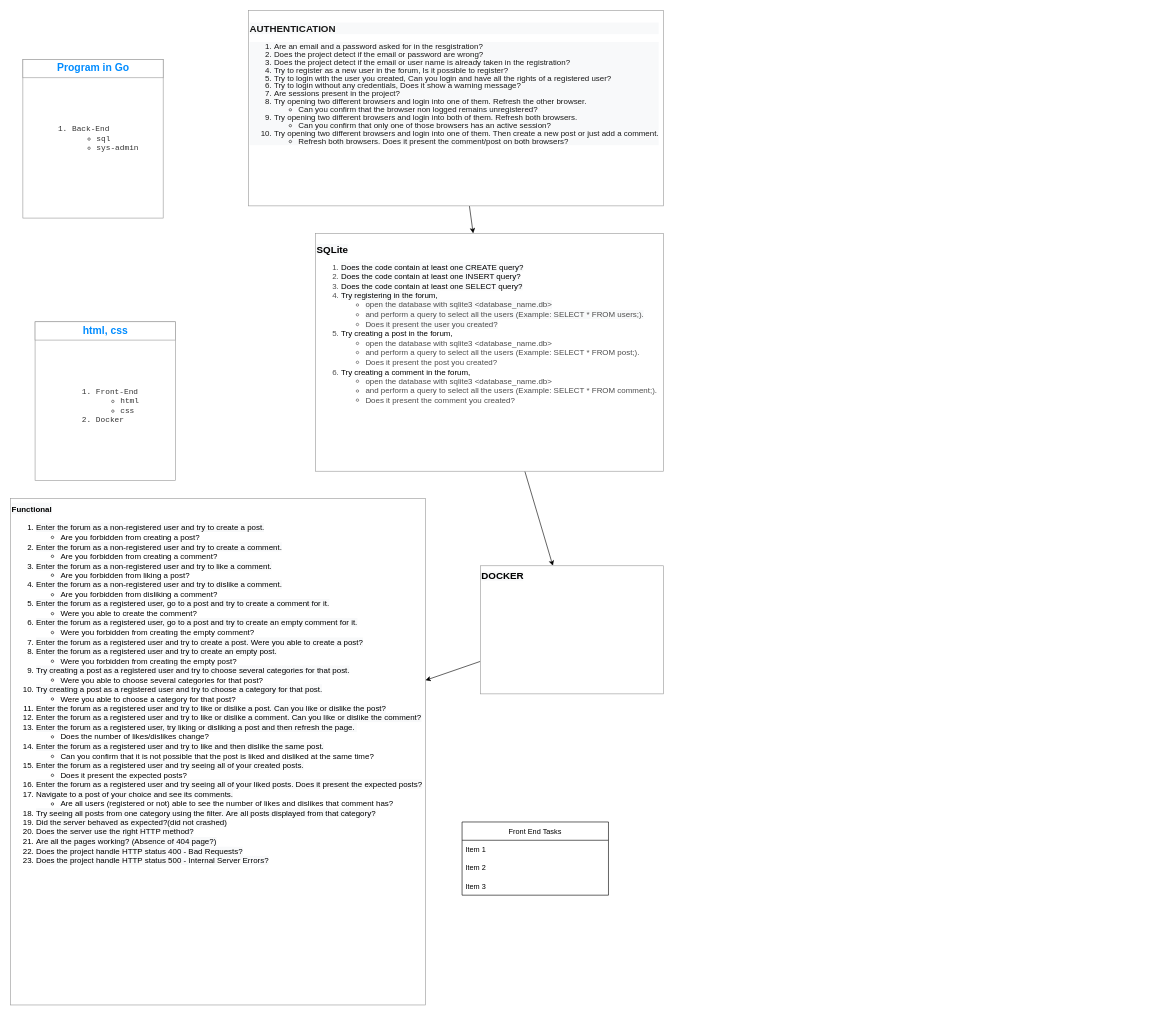
The draw.io diagram UML.drawio in HannahEA/forum, before the edit. Source tidied: cells renumbered, new cells numbered last; positions are measured from the earlier drawing's top-left corner, leaving out a move shared by most shapes. Both pictures are drawn from the tidied source at 61%, with x=0, y=0 at pixel (10, 10).
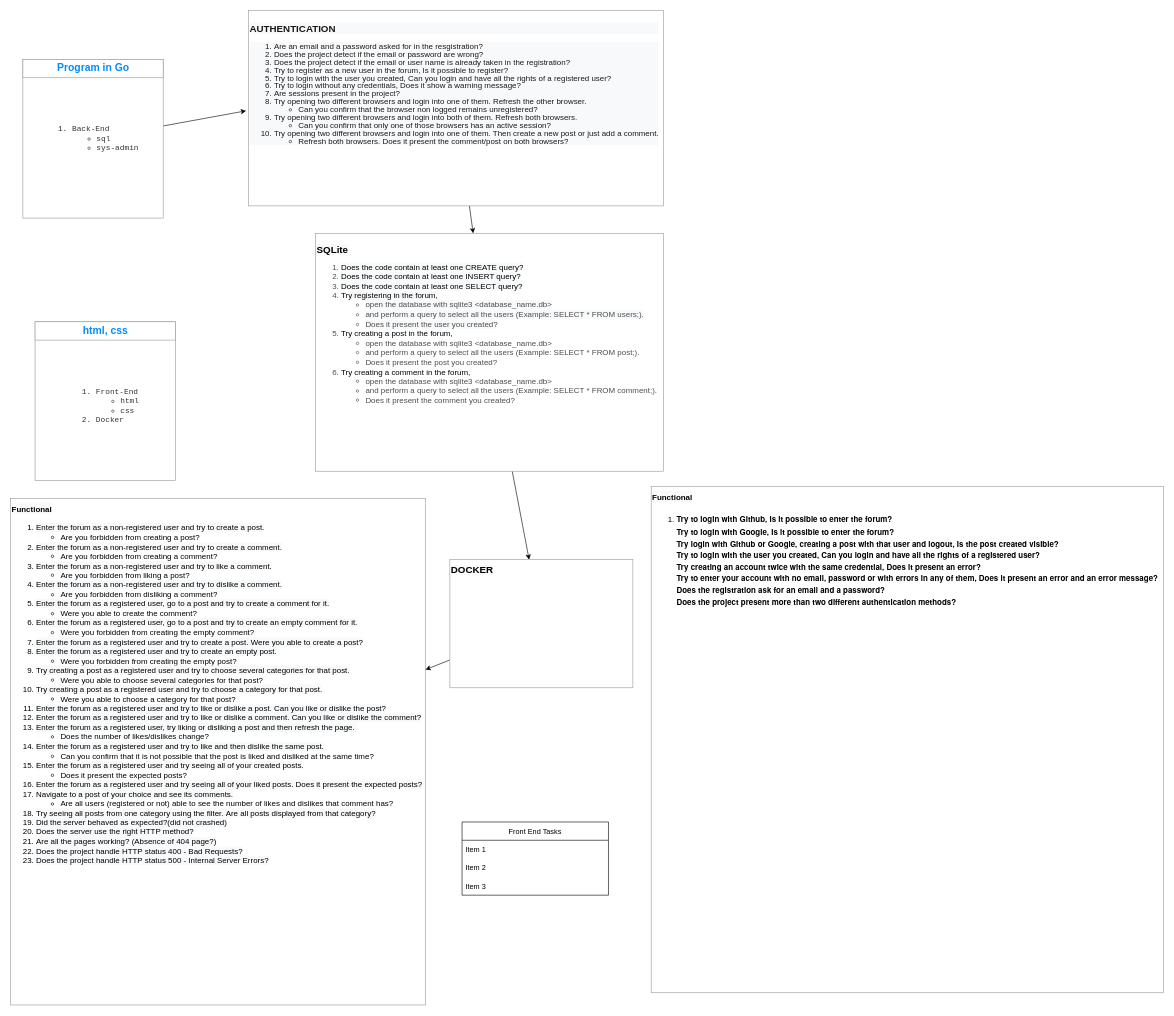
Above is the later version.

Change to the diagram source:
```diff
@@
 <mxGraphModel>
   <root>
     <mxCell id="0" />
     <mxCell id="1" parent="0" />
     <mxCell id="2" value="Front End Tasks" style="swimlane;fontStyle=0;horizontal=1;startSize=30;" parent="1" vertex="1">
       <mxGeometry x="740" y="1330" width="240" height="120" as="geometry" />
     </mxCell>
     <mxCell id="3" value="Item 1" style="text;strokeColor=none;fillColor=none;align=left;verticalAlign=middle;spacingLeft=4;spacingRight=4;overflow=hidden;" parent="2" vertex="1">
       <mxGeometry y="30" width="240" height="30" as="geometry" />
     </mxCell>
     <mxCell id="4" value="Item 2" style="text;strokeColor=none;fillColor=none;align=left;verticalAlign=middle;spacingLeft=4;spacingRight=4;overflow=hidden;" parent="2" vertex="1">
       <mxGeometry y="60" width="240" height="30" as="geometry" />
     </mxCell>
     <mxCell id="5" value="Item 3" style="text;strokeColor=none;fillColor=none;align=left;verticalAlign=middle;spacingLeft=4;spacingRight=4;overflow=hidden;" parent="2" vertex="1">
       <mxGeometry y="90" width="240" height="30" as="geometry" />
     </mxCell>
     <mxCell id="6" style="edgeStyle=none;html=1;fontSize=13;fontColor=#4D4D4D;" parent="1" edge="1" source="7" target="9">
       <mxGeometry relative="1" as="geometry" />
     </mxCell>
     <mxCell id="7" value="&lt;p style=&quot;line-height: 0.8 ; font-size: 13px&quot;&gt;&lt;/p&gt;&lt;div style=&quot;color: rgb(0 , 0 , 0) ; font-family: &amp;#34;helvetica&amp;#34; ; font-style: normal ; letter-spacing: normal ; text-indent: 0px ; text-transform: none ; word-spacing: 0px ; background-color: rgb(248 , 249 , 250)&quot;&gt;&lt;b&gt;&lt;font style=&quot;font-size: 16px&quot;&gt;AUTHENTICATION&lt;/font&gt;&lt;/b&gt;&lt;br style=&quot;font-size: 13px&quot;&gt;&lt;/div&gt;&lt;div style=&quot;color: rgb(0 , 0 , 0) ; font-family: &amp;#34;helvetica&amp;#34; ; font-style: normal ; font-weight: 400 ; letter-spacing: normal ; text-indent: 0px ; text-transform: none ; word-spacing: 0px ; background-color: rgb(248 , 249 , 250) ; font-size: 13px ; line-height: 1&quot;&gt;&lt;ol style=&quot;font-size: 13px&quot;&gt;&lt;li style=&quot;font-size: 13px&quot;&gt;&lt;div style=&quot;font-family: &amp;#34;helvetica&amp;#34; ; display: inline ; font-size: 13px&quot;&gt;Are an email and a password asked for in the resgistration?&lt;/div&gt;&lt;/li&gt;&lt;li style=&quot;font-size: 13px&quot;&gt;Does the project detect if the email or password are wrong?&lt;/li&gt;&lt;li style=&quot;font-size: 13px&quot;&gt;Does the project detect if the email or user name is already taken in the registration?&lt;/li&gt;&lt;li style=&quot;font-size: 13px&quot;&gt;Try to register as a new user in the forum,&amp;nbsp;Is it possible to register?&lt;/li&gt;&lt;li style=&quot;font-size: 13px&quot;&gt;Try to login with the user you created,&amp;nbsp;Can you login and have all the rights of a registered user?&lt;/li&gt;&lt;li style=&quot;font-size: 13px&quot;&gt;Try to login without any credentials,&amp;nbsp;Does it show a warning message?&lt;/li&gt;&lt;li style=&quot;font-size: 13px&quot;&gt;Are sessions present in the project?&lt;/li&gt;&lt;li style=&quot;font-size: 13px&quot;&gt;Try opening two different browsers and login into one of them. Refresh the other browser.&amp;nbsp;&lt;/li&gt;&lt;ul&gt;&lt;li&gt;Can you confirm that the browser non logged remains unregistered?&lt;/li&gt;&lt;/ul&gt;&lt;li style=&quot;font-size: 13px&quot;&gt;Try opening two different browsers and login into both of them. Refresh both browsers.&amp;nbsp;&lt;/li&gt;&lt;ul&gt;&lt;li&gt;Can you confirm that only one of those browsers has an active session?&lt;/li&gt;&lt;/ul&gt;&lt;li style=&quot;font-size: 13px&quot;&gt;Try opening two different browsers and login into one of them. Then create a new post or just add a comment.&lt;/li&gt;&lt;ul&gt;&lt;li&gt;Refresh both browsers.&amp;nbsp;Does it present the comment/post on both browsers?&lt;/li&gt;&lt;/ul&gt;&lt;/ol&gt;&lt;/div&gt;&lt;p style=&quot;font-size: 13px&quot;&gt;&lt;/p&gt;" style="strokeWidth=1;shadow=0;dashed=0;align=left;html=1;shape=mxgraph.mockup.forms.rrect;rSize=0;strokeColor=#999999;fillColor=#ffffff;rounded=0;labelBackgroundColor=#ffffff;verticalAlign=top;textOpacity=90;fontSize=13;" parent="1" vertex="1">
       <mxGeometry x="390" width="680" height="320" as="geometry" />
     </mxCell>
     <mxCell id="8" style="edgeStyle=none;html=1;fontSize=13;fontColor=#4D4D4D;" parent="1" edge="1" source="9" target="12">
       <mxGeometry relative="1" as="geometry" />
     </mxCell>
     <mxCell id="9" value="&lt;p style=&quot;line-height: 1 ; font-size: 12px&quot;&gt;&lt;span style=&quot;font-size: 16px ; color: rgb(0 , 0 , 0) ; background-color: rgb(248 , 249 , 250)&quot;&gt;&lt;b&gt;SQLite&lt;/b&gt;&lt;/span&gt;&lt;br&gt;&lt;/p&gt;&lt;p style=&quot;line-height: 1.3 ; font-size: 12px&quot;&gt;&lt;/p&gt;&lt;ol&gt;&lt;li&gt;&lt;span style=&quot;background-color: rgb(248 , 249 , 250)&quot;&gt;&lt;font color=&quot;#000000&quot; style=&quot;font-size: 13px&quot;&gt;Does the code contain at least one CREATE query?&lt;/font&gt;&lt;/span&gt;&lt;/li&gt;&lt;li&gt;&lt;span style=&quot;background-color: rgb(248 , 249 , 250)&quot;&gt;&lt;font color=&quot;#000000&quot; style=&quot;font-size: 13px&quot;&gt;Does the code contain at least one INSERT query?&lt;br style=&quot;padding: 0px ; margin: 0px&quot;&gt;&lt;/font&gt;&lt;/span&gt;&lt;/li&gt;&lt;li&gt;&lt;span style=&quot;background-color: rgb(248 , 249 , 250)&quot;&gt;&lt;font color=&quot;#000000&quot; style=&quot;font-size: 13px&quot;&gt;Does the code contain at least one SELECT query?&lt;br style=&quot;padding: 0px ; margin: 0px&quot;&gt;&lt;/font&gt;&lt;/span&gt;&lt;/li&gt;&lt;li&gt;&lt;span style=&quot;background-color: rgb(248 , 249 , 250)&quot;&gt;&lt;font color=&quot;#000000&quot; style=&quot;font-size: 13px&quot;&gt;Try registering in the forum,&amp;nbsp;&lt;/font&gt;&lt;/span&gt;&lt;/li&gt;&lt;ul&gt;&lt;li&gt;&lt;span style=&quot;background-color: rgb(248 , 249 , 250)&quot;&gt;open the database with sqlite3 &amp;lt;database_name.db&amp;gt;&lt;/span&gt;&lt;/li&gt;&lt;li&gt;&lt;span style=&quot;background-color: rgb(248 , 249 , 250)&quot;&gt;and perform a query to select all the users (Example: SELECT * FROM users;).&lt;/span&gt;&lt;/li&gt;&lt;li&gt;&lt;span style=&quot;background-color: rgb(248 , 249 , 250)&quot;&gt;Does it present the user you created?&lt;/span&gt;&lt;/li&gt;&lt;/ul&gt;&lt;li&gt;&lt;font color=&quot;#000000&quot; style=&quot;font-size: 13px&quot;&gt;Try creating a post in the forum,&amp;nbsp;&lt;/font&gt;&lt;/li&gt;&lt;ul&gt;&lt;li&gt;open the database with sqlite3 &amp;lt;database_name.db&amp;gt;&amp;nbsp;&lt;/li&gt;&lt;li&gt;and perform a query to select all the users (Example: SELECT * FROM post;).&lt;/li&gt;&lt;li&gt;Does it present the post you created?&lt;/li&gt;&lt;/ul&gt;&lt;li&gt;&lt;font color=&quot;#000000&quot; style=&quot;font-size: 13px&quot;&gt;Try creating a comment in the forum,&amp;nbsp;&lt;/font&gt;&lt;/li&gt;&lt;ul&gt;&lt;li&gt;open the database with sqlite3 &amp;lt;database_name.db&amp;gt;&amp;nbsp;&lt;/li&gt;&lt;li&gt;and perform a query to select all the users (Example: SELECT * FROM comment;).&amp;nbsp;&lt;/li&gt;&lt;li&gt;Does it present the comment you created?&lt;/li&gt;&lt;/ul&gt;&lt;/ol&gt;&lt;p&gt;&lt;/p&gt;&lt;p&gt;&lt;/p&gt;" style="strokeWidth=1;shadow=0;dashed=0;align=left;html=1;shape=mxgraph.mockup.forms.rrect;rSize=0;strokeColor=#999999;fillColor=#ffffff;rounded=0;labelBackgroundColor=#ffffff;fontSize=13;fontColor=#4D4D4D;verticalAlign=top;" parent="1" vertex="1">
       <mxGeometry x="500" y="365" width="570" height="390" as="geometry" />
     </mxCell>
     <mxCell id="10" value="&lt;span style=&quot;color: rgb(0 , 0 , 0) ; background-color: rgb(248 , 249 , 250)&quot;&gt;&lt;font style=&quot;font-size: 13px&quot;&gt;&lt;b&gt;Functional&lt;/b&gt;&lt;br&gt;&lt;ol&gt;&lt;li&gt;&lt;span style=&quot;color: rgb(0 , 0 , 0) ; background-color: rgb(248 , 249 , 250)&quot;&gt;Enter the forum as a non-registered user and try to create a post.&lt;/span&gt;&lt;/li&gt;&lt;ul&gt;&lt;li&gt;Are you forbidden from creating a post?&lt;/li&gt;&lt;/ul&gt;&lt;li&gt;&lt;span style=&quot;color: rgb(0 , 0 , 0) ; background-color: rgb(248 , 249 , 250)&quot;&gt;Enter the forum as a non-registered user and try to create a comment.&lt;/span&gt;&lt;/li&gt;&lt;ul&gt;&lt;li&gt;Are you forbidden from creating a comment?&lt;/li&gt;&lt;/ul&gt;&lt;li&gt;&lt;span style=&quot;color: rgb(0 , 0 , 0) ; background-color: rgb(248 , 249 , 250)&quot;&gt;Enter the forum as a non-registered user and try to like a comment.&lt;/span&gt;&lt;/li&gt;&lt;ul&gt;&lt;li&gt;Are you forbidden from liking a post?&lt;/li&gt;&lt;/ul&gt;&lt;li&gt;&lt;span style=&quot;color: rgb(0 , 0 , 0) ; background-color: rgb(248 , 249 , 250)&quot;&gt;Enter the forum as a non-registered user and try to dislike a comment.&lt;/span&gt;&lt;/li&gt;&lt;ul&gt;&lt;li&gt;Are you forbidden from disliking a comment?&lt;/li&gt;&lt;/ul&gt;&lt;li&gt;&lt;span style=&quot;color: rgb(0 , 0 , 0) ; background-color: rgb(248 , 249 , 250)&quot;&gt;Enter the forum as a registered user, go to a post and try to create a comment for it.&lt;/span&gt;&lt;/li&gt;&lt;ul&gt;&lt;li&gt;Were you able to create the comment?&lt;/li&gt;&lt;/ul&gt;&lt;li&gt;&lt;span style=&quot;color: rgb(0 , 0 , 0) ; background-color: rgb(248 , 249 , 250)&quot;&gt;Enter the forum as a registered user, go to a post and try to create an empty comment for it.&lt;/span&gt;&lt;/li&gt;&lt;ul&gt;&lt;li&gt;Were you forbidden from creating the empty comment?&lt;/li&gt;&lt;/ul&gt;&lt;li&gt;&lt;span style=&quot;color: rgb(0 , 0 , 0) ; background-color: rgb(248 , 249 , 250)&quot;&gt;Enter the forum as a registered user and try to create a post.&amp;nbsp;&lt;/span&gt;&lt;span style=&quot;color: rgb(0 , 0 , 0) ; background-color: rgb(248 , 249 , 250)&quot;&gt;Were you able to create a post?&lt;/span&gt;&lt;/li&gt;&lt;li&gt;&lt;span style=&quot;color: rgb(0 , 0 , 0) ; background-color: rgb(248 , 249 , 250)&quot;&gt;Enter the forum as a registered user and try to create an empty post.&lt;/span&gt;&lt;/li&gt;&lt;ul&gt;&lt;li&gt;Were you forbidden from creating the empty post?&lt;/li&gt;&lt;/ul&gt;&lt;li&gt;&lt;span style=&quot;color: rgb(0 , 0 , 0) ; background-color: rgb(248 , 249 , 250)&quot;&gt;Try creating a post as a registered user and try to choose several categories for that post.&lt;/span&gt;&lt;/li&gt;&lt;ul&gt;&lt;li&gt;Were you able to choose several categories for that post?&lt;/li&gt;&lt;/ul&gt;&lt;li&gt;&lt;span style=&quot;color: rgb(0 , 0 , 0) ; background-color: rgb(248 , 249 , 250)&quot;&gt;Try creating a post as a registered user and try to choose a category for that post.&lt;/span&gt;&lt;/li&gt;&lt;ul&gt;&lt;li&gt;Were you able to choose a category for that post?&lt;/li&gt;&lt;/ul&gt;&lt;li&gt;&lt;span style=&quot;color: rgb(0 , 0 , 0) ; background-color: rgb(248 , 249 , 250)&quot;&gt;Enter the forum as a registered user and try to like or dislike a post.&amp;nbsp;&lt;/span&gt;&lt;span style=&quot;color: rgb(0 , 0 , 0) ; background-color: rgb(248 , 249 , 250)&quot;&gt;Can you like or dislike the post?&lt;/span&gt;&lt;/li&gt;&lt;li&gt;&lt;span style=&quot;color: rgb(0 , 0 , 0) ; background-color: rgb(248 , 249 , 250)&quot;&gt;Enter the forum as a registered user and try to like or dislike a comment.&amp;nbsp;&lt;/span&gt;&lt;span style=&quot;color: rgb(0 , 0 , 0) ; background-color: rgb(248 , 249 , 250)&quot;&gt;Can you like or dislike the comment?&lt;/span&gt;&lt;/li&gt;&lt;li&gt;&lt;span style=&quot;color: rgb(0 , 0 , 0) ; background-color: rgb(248 , 249 , 250)&quot;&gt;Enter the forum as a registered user, try liking or disliking a post and then refresh the page.&amp;nbsp;&lt;/span&gt;&lt;/li&gt;&lt;ul&gt;&lt;li&gt;Does the number of likes/dislikes change?&lt;/li&gt;&lt;/ul&gt;&lt;li&gt;&lt;span style=&quot;color: rgb(0 , 0 , 0) ; background-color: rgb(248 , 249 , 250)&quot;&gt;Enter the forum as a registered user and try to like and then dislike the same post.&lt;/span&gt;&lt;/li&gt;&lt;ul&gt;&lt;li&gt;Can you confirm that it is not possible that the post is liked and disliked at the same time?&lt;/li&gt;&lt;/ul&gt;&lt;li&gt;&lt;span style=&quot;color: rgb(0 , 0 , 0) ; background-color: rgb(248 , 249 , 250)&quot;&gt;Enter the forum as a registered user and try seeing all of your created posts.&lt;/span&gt;&lt;/li&gt;&lt;ul&gt;&lt;li&gt;Does it present the expected posts?&lt;/li&gt;&lt;/ul&gt;&lt;li&gt;&lt;span style=&quot;color: rgb(0 , 0 , 0) ; background-color: rgb(248 , 249 , 250)&quot;&gt;Enter the forum as a registered user and try seeing all of your liked posts.&amp;nbsp;&lt;/span&gt;&lt;span style=&quot;color: rgb(0 , 0 , 0) ; background-color: rgb(248 , 249 , 250)&quot;&gt;Does it present the expected posts?&lt;/span&gt;&lt;/li&gt;&lt;li&gt;&lt;span style=&quot;color: rgb(0 , 0 , 0) ; background-color: rgb(248 , 249 , 250)&quot;&gt;Navigate to a post of your choice and see its comments.&lt;/span&gt;&lt;/li&gt;&lt;ul&gt;&lt;li&gt;Are all users (registered or not) able to see the number of likes and dislikes that comment has?&lt;/li&gt;&lt;/ul&gt;&lt;li&gt;&lt;span style=&quot;color: rgb(0 , 0 , 0) ; background-color: rgb(248 , 249 , 250)&quot;&gt;Try seeing all posts from one category using the filter.&amp;nbsp;&lt;/span&gt;&lt;span style=&quot;color: rgb(0 , 0 , 0) ; background-color: rgb(248 , 249 , 250)&quot;&gt;Are all posts displayed from that category?&lt;/span&gt;&lt;/li&gt;&lt;li&gt;&lt;span style=&quot;color: rgb(0 , 0 , 0) ; background-color: rgb(248 , 249 , 250)&quot;&gt;Did the server behaved as expected?(did not crashed)&lt;/span&gt;&lt;/li&gt;&lt;li&gt;&lt;span style=&quot;color: rgb(0 , 0 , 0) ; background-color: rgb(248 , 249 , 250)&quot;&gt;Does the server use the right HTTP method?&lt;/span&gt;&lt;/li&gt;&lt;li&gt;&lt;span style=&quot;color: rgb(0 , 0 , 0) ; background-color: rgb(248 , 249 , 250)&quot;&gt;Are all the pages working? (Absence of 404 page?)&lt;/span&gt;&lt;/li&gt;&lt;li&gt;&lt;span style=&quot;color: rgb(0 , 0 , 0) ; background-color: rgb(248 , 249 , 250)&quot;&gt;Does the project handle HTTP status 400 - Bad Requests?&lt;/span&gt;&lt;/li&gt;&lt;li&gt;&lt;span style=&quot;color: rgb(0 , 0 , 0) ; background-color: rgb(248 , 249 , 250)&quot;&gt;Does the project handle HTTP status 500 - Internal Server Errors?&lt;/span&gt;&lt;/li&gt;&lt;/ol&gt;&lt;/font&gt;&lt;/span&gt;" style="strokeWidth=1;shadow=0;dashed=0;align=left;html=1;shape=mxgraph.mockup.forms.rrect;rSize=0;strokeColor=#999999;fillColor=#ffffff;rounded=0;labelBackgroundColor=#ffffff;fontSize=17;fontColor=#4D4D4D;verticalAlign=top;" parent="1" vertex="1">
       <mxGeometry y="800" width="680" height="830" as="geometry" />
     </mxCell>
     <mxCell id="11" style="edgeStyle=none;html=1;fontSize=13;fontColor=#4D4D4D;" parent="1" edge="1" source="12" target="10">
       <mxGeometry relative="1" as="geometry" />
     </mxCell>
     <mxCell id="12" value="&lt;span style=&quot;color: rgb(0 , 0 , 0) ; font-family: &amp;#34;helvetica&amp;#34; ; background-color: rgb(248 , 249 , 250)&quot;&gt;&lt;b&gt;&lt;font style=&quot;font-size: 16px&quot;&gt;DOCKER&lt;/font&gt;&lt;/b&gt;&lt;/span&gt;" style="strokeWidth=1;shadow=0;dashed=0;align=left;html=1;shape=mxgraph.mockup.forms.rrect;rSize=0;strokeColor=#999999;fillColor=#ffffff;rounded=0;labelBackgroundColor=#ffffff;fontSize=13;fontColor=#4D4D4D;verticalAlign=top;" parent="1" vertex="1">
-      <mxGeometry x="770" y="910" width="300" height="210" as="geometry" />
+      <mxGeometry x="720" y="900" width="300" height="210" as="geometry" />
     </mxCell>
+    <mxCell id="17" style="edgeStyle=none;html=1;entryX=-0.006;entryY=0.513;entryDx=0;entryDy=0;entryPerimeter=0;" parent="1" edge="1" source="13" target="7">
+      <mxGeometry relative="1" as="geometry" />
+    </mxCell>
     <mxCell id="13" value="&lt;ol style=&quot;color: rgb(51 , 51 , 51) ; font-family: &amp;#34;ibm plex mono&amp;#34; , monospace ; font-size: 12.8px ; text-align: left&quot;&gt;&lt;li&gt;Back-End&lt;/li&gt;&lt;ul&gt;&lt;li&gt;sql&lt;/li&gt;&lt;li&gt;sys-admin&lt;/li&gt;&lt;/ul&gt;&lt;/ol&gt;" style="strokeWidth=1;shadow=0;dashed=0;align=center;html=1;shape=mxgraph.mockup.forms.rrect;rSize=0;strokeColor=#999999;fillColor=#ffffff;rounded=0;labelBackgroundColor=#ffffff;fontSize=13;fontColor=#4D4D4D;" parent="1" vertex="1">
       <mxGeometry x="20" y="80" width="230" height="260" as="geometry" />
     </mxCell>
     <mxCell id="14" value="&lt;b&gt;Program in Go&lt;/b&gt;" style="strokeWidth=1;shadow=0;dashed=0;align=center;html=1;shape=mxgraph.mockup.forms.rrect;rSize=0;strokeColor=#999999;fontColor=#008cff;fontSize=17;fillColor=#ffffff;rounded=0;labelBackgroundColor=#ffffff;" parent="13" vertex="1">
       <mxGeometry width="230" height="30" relative="1" as="geometry" />
     </mxCell>
     <mxCell id="15" value="&lt;div style=&quot;text-align: left&quot;&gt;&lt;font color=&quot;#333333&quot; face=&quot;ibm plex mono, monospace&quot;&gt;&lt;span style=&quot;font-size: 12.8px&quot;&gt;&lt;br&gt;&lt;/span&gt;&lt;/font&gt;&lt;/div&gt;&lt;ol style=&quot;color: rgb(51 , 51 , 51) ; font-family: &amp;#34;ibm plex mono&amp;#34; , monospace ; font-size: 12.8px ; text-align: left&quot;&gt;&lt;li&gt;Front-End&lt;/li&gt;&lt;ul&gt;&lt;li&gt;html&lt;/li&gt;&lt;li&gt;css&lt;/li&gt;&lt;/ul&gt;&lt;li&gt;Docker&lt;/li&gt;&lt;/ol&gt;" style="strokeWidth=1;shadow=0;dashed=0;align=center;html=1;shape=mxgraph.mockup.forms.rrect;rSize=0;strokeColor=#999999;fillColor=#ffffff;rounded=0;labelBackgroundColor=#ffffff;fontSize=13;fontColor=#4D4D4D;" parent="1" vertex="1">
       <mxGeometry x="40" y="510" width="230" height="260" as="geometry" />
     </mxCell>
     <mxCell id="16" value="&lt;b&gt;html, css&lt;/b&gt;" style="strokeWidth=1;shadow=0;dashed=0;align=center;html=1;shape=mxgraph.mockup.forms.rrect;rSize=0;strokeColor=#999999;fontColor=#008cff;fontSize=17;fillColor=#ffffff;rounded=0;labelBackgroundColor=#ffffff;" parent="15" vertex="1">
       <mxGeometry width="230" height="30" relative="1" as="geometry" />
     </mxCell>
+    <mxCell id="18" value="&lt;span style=&quot;color: rgb(0 , 0 , 0) ; background-color: rgb(248 , 249 , 250)&quot;&gt;&lt;font style=&quot;font-size: 13px&quot;&gt;&lt;b&gt;Functional&lt;/b&gt;&lt;br&gt;&lt;ol&gt;&lt;li&gt;&lt;p class=&quot;p1&quot; style=&quot;margin: 0px 0px 2px ; font-stretch: normal ; font-size: 16px ; line-height: normal ; font-family: &amp;#34;helvetica neue&amp;#34;&quot;&gt;&lt;b style=&quot;font-size: 13px&quot;&gt;Try to login with Github, Is it possible to enter the forum?&lt;/b&gt;&lt;br&gt;&lt;/p&gt;&lt;p class=&quot;p2&quot; style=&quot;margin: 0px ; font-stretch: normal ; line-height: normal ; font-family: &amp;#34;helvetica neue&amp;#34;&quot;&gt;&lt;b&gt;Try to login with Google, Is it possible to enter the forum?&lt;/b&gt;&lt;/p&gt;&lt;p class=&quot;p2&quot; style=&quot;margin: 0px ; font-stretch: normal ; line-height: normal ; font-family: &amp;#34;helvetica neue&amp;#34;&quot;&gt;&lt;b&gt;Try login with Github or Google, creating a post with that user and logout, Is the post created visible?&lt;/b&gt;&lt;/p&gt;&lt;p class=&quot;p2&quot; style=&quot;margin: 0px ; font-stretch: normal ; line-height: normal ; font-family: &amp;#34;helvetica neue&amp;#34;&quot;&gt;&lt;b&gt;Try to login with the user you created, Can you login and have all the rights of a registered user?&lt;/b&gt;&lt;/p&gt;&lt;p class=&quot;p2&quot; style=&quot;margin: 0px ; font-stretch: normal ; line-height: normal ; font-family: &amp;#34;helvetica neue&amp;#34;&quot;&gt;&lt;b&gt;Try creating an account twice with the same credential, Does it present an error?&lt;/b&gt;&lt;/p&gt;&lt;p class=&quot;p2&quot; style=&quot;margin: 0px ; font-stretch: normal ; line-height: normal ; font-family: &amp;#34;helvetica neue&amp;#34;&quot;&gt;&lt;b&gt;Try to enter your account with no email, password or with errors in any of them, Does it present an error and an error message?&lt;/b&gt;&lt;/p&gt;&lt;p class=&quot;p2&quot; style=&quot;margin: 0px ; font-stretch: normal ; line-height: normal ; font-family: &amp;#34;helvetica neue&amp;#34;&quot;&gt;&lt;b&gt;Does the registration ask for an email and a password?&lt;/b&gt;&lt;/p&gt;&lt;p class=&quot;p2&quot; style=&quot;margin: 0px ; font-stretch: normal ; line-height: normal ; font-family: &amp;#34;helvetica neue&amp;#34;&quot;&gt;&lt;b&gt;Does the project present more than two different authentication methods?&lt;/b&gt;&lt;/p&gt;&lt;/li&gt;&lt;/ol&gt;&lt;/font&gt;&lt;/span&gt;" style="strokeWidth=1;shadow=0;dashed=0;align=left;html=1;shape=mxgraph.mockup.forms.rrect;rSize=0;strokeColor=#999999;fillColor=#ffffff;rounded=0;labelBackgroundColor=#ffffff;fontSize=17;fontColor=#4D4D4D;verticalAlign=top;" parent="1" vertex="1">
+      <mxGeometry x="1050" y="780" width="840" height="830" as="geometry" />
+    </mxCell>
   </root>
 </mxGraphModel>
```
